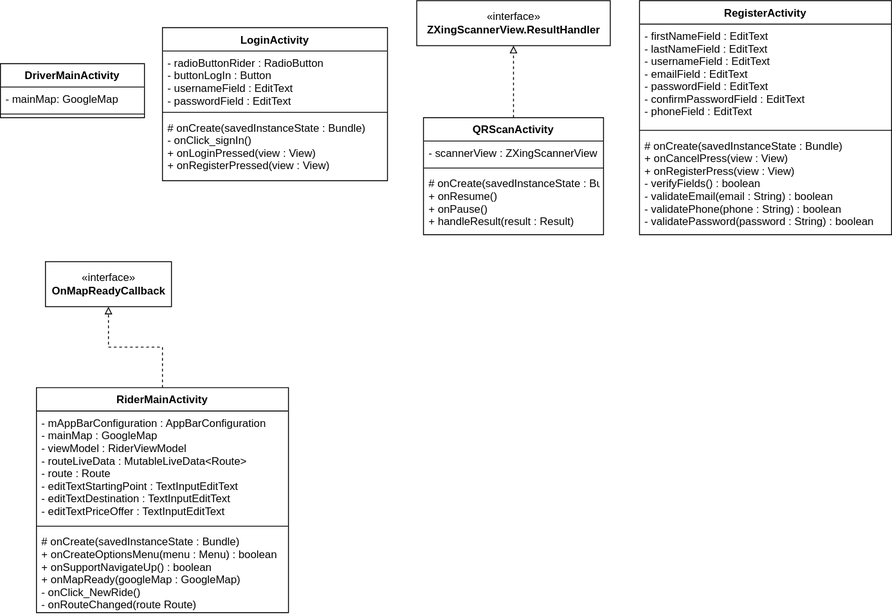
The draw.io diagram doc/UML/ActivityUML.svg in CMPUT301W20T10/UberApp, before a commit. Source tidied: cells renumbered, new cells last; positions are measured from the earlier drawing's top-left corner, leaving out a move shared by most shapes.
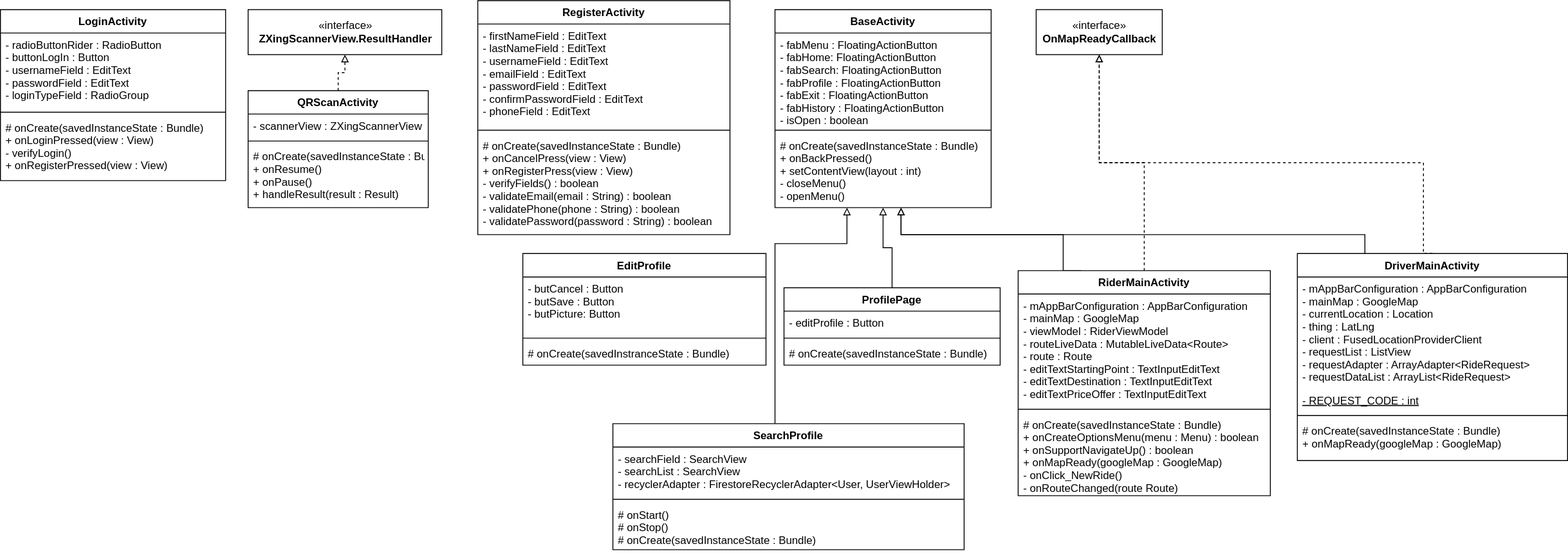
After the commit.

The edit, as a diff of the source:
```diff
@@ -2,32 +2,56 @@
   <root>
     <mxCell id="0" />
     <mxCell id="1" parent="0" />
+    <mxCell id="25" style="edgeStyle=orthogonalEdgeStyle;rounded=0;jettySize=auto;html=1;exitX=0.5;exitY=0;exitDx=0;exitDy=0;dashed=1;endArrow=block;endFill=0;" parent="1" edge="1" source="2" target="24">
+      <mxGeometry relative="1" as="geometry">
+        <Array as="points">
+          <mxPoint x="1560" y="281" />
+          <mxPoint x="1560" y="180" />
+          <mxPoint x="1200" y="180" />
+        </Array>
+      </mxGeometry>
+    </mxCell>
+    <mxCell id="26" style="edgeStyle=orthogonalEdgeStyle;rounded=0;jettySize=auto;html=1;exitX=0.25;exitY=0;exitDx=0;exitDy=0;endArrow=block;endFill=0;" parent="1" edge="1" source="2">
+      <mxGeometry relative="1" as="geometry">
+        <mxPoint x="980" y="230" as="targetPoint" />
+        <Array as="points">
+          <mxPoint x="1495" y="260" />
+          <mxPoint x="980" y="260" />
+        </Array>
+      </mxGeometry>
+    </mxCell>
     <mxCell id="2" value="DriverMainActivity" style="swimlane;fontStyle=1;align=center;verticalAlign=top;horizontal=1;startSize=26;" parent="1" vertex="1">
-      <mxGeometry y="70" width="160" height="60" as="geometry" />
+      <mxGeometry x="1420" y="281" width="300" height="230" as="geometry" />
     </mxCell>
-    <mxCell id="3" value="- mainMap: GoogleMap" style="text;strokeColor=none;fillColor=none;align=left;verticalAlign=top;spacingLeft=4;spacingRight=4;overflow=hidden;" parent="2" vertex="1">
-      <mxGeometry y="26" width="160" height="26" as="geometry" />
+    <mxCell id="3" value="- mAppBarConfiguration : AppBarConfiguration&#10;- mainMap : GoogleMap&#10;- currentLocation : Location&#10;- thing : LatLng&#10;- client : FusedLocationProviderClient&#10;- requestList : ListView&#10;- requestAdapter : ArrayAdapter&lt;RideRequest&gt;&#10;- requestDataList : ArrayList&lt;RideRequest&gt;&#10;&#10;" style="text;strokeColor=none;fillColor=none;align=left;verticalAlign=top;spacingLeft=4;spacingRight=4;overflow=hidden;fontStyle=0;" parent="2" vertex="1">
+      <mxGeometry y="26" width="300" height="124" as="geometry" />
     </mxCell>
+    <mxCell id="27" value="- REQUEST_CODE : int" style="text;strokeColor=none;fillColor=none;align=left;verticalAlign=top;spacingLeft=4;spacingRight=4;overflow=hidden;fontStyle=4;" parent="2" vertex="1">
+      <mxGeometry y="150" width="300" height="26" as="geometry" />
+    </mxCell>
     <mxCell id="4" style="line;strokeWidth=1;fillColor=none;align=left;verticalAlign=middle;spacingTop=-1;spacingLeft=3;spacingRight=3;labelPosition=right;" parent="2" vertex="1">
-      <mxGeometry y="52" width="160" height="8" as="geometry" />
+      <mxGeometry y="176" width="300" height="8" as="geometry" />
     </mxCell>
+    <mxCell id="28" value="# onCreate(savedInstanceState : Bundle)&#10;+ onMapReady(googleMap : GoogleMap)&#10;" style="text;strokeColor=none;fillColor=none;align=left;verticalAlign=top;spacingLeft=4;spacingRight=4;overflow=hidden;" parent="2" vertex="1">
+      <mxGeometry y="184" width="300" height="46" as="geometry" />
+    </mxCell>
     <mxCell id="5" value="LoginActivity" style="swimlane;fontStyle=1;align=center;verticalAlign=top;horizontal=1;startSize=26;" parent="1" vertex="1">
-      <mxGeometry x="180" y="30" width="250" height="170" as="geometry" />
+      <mxGeometry x="-20" y="10" width="250" height="190" as="geometry" />
     </mxCell>
-    <mxCell id="6" value="- radioButtonRider : RadioButton&#10;- buttonLogIn : Button&#10;- usernameField : EditText&#10;- passwordField : EditText&#10;&#10;&#10;&#10;" style="text;strokeColor=none;fillColor=none;align=left;verticalAlign=top;spacingLeft=4;spacingRight=4;overflow=hidden;" parent="5" vertex="1">
-      <mxGeometry y="26" width="250" height="64" as="geometry" />
+    <mxCell id="6" value="- radioButtonRider : RadioButton&#10;- buttonLogIn : Button&#10;- usernameField : EditText&#10;- passwordField : EditText&#10;- loginTypeField : RadioGroup&#10;&#10;&#10;&#10;&#10;" style="text;strokeColor=none;fillColor=none;align=left;verticalAlign=top;spacingLeft=4;spacingRight=4;overflow=hidden;" parent="5" vertex="1">
+      <mxGeometry y="26" width="250" height="84" as="geometry" />
     </mxCell>
     <mxCell id="7" style="line;strokeWidth=1;fillColor=none;align=left;verticalAlign=middle;spacingTop=-1;spacingLeft=3;spacingRight=3;labelPosition=right;" parent="5" vertex="1">
-      <mxGeometry y="90" width="250" height="8" as="geometry" />
+      <mxGeometry y="110" width="250" height="8" as="geometry" />
     </mxCell>
-    <mxCell id="8" value="# onCreate(savedInstanceState : Bundle)&#10;- onClick_signIn()&#10;+ onLoginPressed(view : View)&#10;+ onRegisterPressed(view : View)&#10;" style="text;strokeColor=none;fillColor=none;align=left;verticalAlign=top;spacingLeft=4;spacingRight=4;overflow=hidden;" parent="5" vertex="1">
-      <mxGeometry y="98" width="250" height="72" as="geometry" />
+    <mxCell id="8" value="# onCreate(savedInstanceState : Bundle)&#10;+ onLoginPressed(view : View)&#10;- verifyLogin()&#10;+ onRegisterPressed(view : View)&#10;" style="text;strokeColor=none;fillColor=none;align=left;verticalAlign=top;spacingLeft=4;spacingRight=4;overflow=hidden;" parent="5" vertex="1">
+      <mxGeometry y="118" width="250" height="72" as="geometry" />
     </mxCell>
     <mxCell id="9" style="edgeStyle=orthogonalEdgeStyle;rounded=0;jettySize=auto;html=1;entryX=0.5;entryY=1;entryDx=0;entryDy=0;dashed=1;endArrow=block;endFill=0;" parent="1" edge="1" source="10" target="14">
       <mxGeometry relative="1" as="geometry" />
     </mxCell>
     <mxCell id="10" value="QRScanActivity" style="swimlane;fontStyle=1;align=center;verticalAlign=top;horizontal=1;startSize=26;" parent="1" vertex="1">
-      <mxGeometry x="470" y="130" width="200" height="130" as="geometry" />
+      <mxGeometry x="255" y="100" width="200" height="130" as="geometry" />
     </mxCell>
     <mxCell id="11" value="- scannerView : ZXingScannerView" style="text;strokeColor=none;fillColor=none;align=left;verticalAlign=top;spacingLeft=4;spacingRight=4;overflow=hidden;" parent="10" vertex="1">
       <mxGeometry y="26" width="200" height="26" as="geometry" />
@@ -39,10 +63,10 @@
       <mxGeometry y="60" width="200" height="70" as="geometry" />
     </mxCell>
     <mxCell id="14" value="«interface»&lt;br&gt;&lt;b&gt;ZXingScannerView.ResultHandler&lt;/b&gt;" style="html=1;" parent="1" vertex="1">
-      <mxGeometry x="462.5" width="215" height="50" as="geometry" />
+      <mxGeometry x="255" y="10" width="215" height="50" as="geometry" />
     </mxCell>
     <mxCell id="15" value="RegisterActivity" style="swimlane;fontStyle=1;align=center;verticalAlign=top;horizontal=1;startSize=26;" parent="1" vertex="1">
-      <mxGeometry x="710" width="280" height="260" as="geometry" />
+      <mxGeometry x="510" width="280" height="260" as="geometry" />
     </mxCell>
     <mxCell id="16" value="- firstNameField : EditText&#10;- lastNameField : EditText&#10;- usernameField : EditText&#10;- emailField : EditText&#10;- passwordField : EditText&#10;- confirmPasswordField : EditText&#10;- phoneField : EditText" style="text;strokeColor=none;fillColor=none;align=left;verticalAlign=top;spacingLeft=4;spacingRight=4;overflow=hidden;" parent="15" vertex="1">
       <mxGeometry y="26" width="280" height="114" as="geometry" />
@@ -56,8 +80,16 @@
     <mxCell id="19" style="edgeStyle=orthogonalEdgeStyle;rounded=0;jettySize=auto;html=1;entryX=0.5;entryY=1;entryDx=0;entryDy=0;dashed=1;endArrow=block;endFill=0;" parent="1" edge="1" source="20" target="24">
       <mxGeometry relative="1" as="geometry" />
     </mxCell>
+    <mxCell id="29" style="edgeStyle=orthogonalEdgeStyle;rounded=0;jettySize=auto;html=1;exitX=0.25;exitY=0;exitDx=0;exitDy=0;entryX=0.583;entryY=1;entryDx=0;entryDy=0;entryPerimeter=0;endArrow=block;endFill=0;" parent="1" edge="1" source="20" target="33">
+      <mxGeometry relative="1" as="geometry">
+        <Array as="points">
+          <mxPoint x="1160" y="260" />
+          <mxPoint x="980" y="260" />
+        </Array>
+      </mxGeometry>
+    </mxCell>
     <mxCell id="20" value="RiderMainActivity" style="swimlane;fontStyle=1;align=center;verticalAlign=top;horizontal=1;startSize=26;" parent="1" vertex="1">
-      <mxGeometry x="40" y="430" width="280" height="250" as="geometry" />
+      <mxGeometry x="1110" y="300" width="280" height="250" as="geometry" />
     </mxCell>
     <mxCell id="21" value="- mAppBarConfiguration : AppBarConfiguration&#10;- mainMap : GoogleMap&#10;- viewModel : RiderViewModel&#10;- routeLiveData : MutableLiveData&lt;Route&gt;&#10;- route : Route&#10;- editTextStartingPoint : TextInputEditText&#10;- editTextDestination : TextInputEditText&#10;- editTextPriceOffer : TextInputEditText&#10;" style="text;strokeColor=none;fillColor=none;align=left;verticalAlign=top;spacingLeft=4;spacingRight=4;overflow=hidden;" parent="20" vertex="1">
       <mxGeometry y="26" width="280" height="124" as="geometry" />
@@ -69,7 +101,66 @@
       <mxGeometry y="158" width="280" height="92" as="geometry" />
     </mxCell>
     <mxCell id="24" value="«interface»&lt;br&gt;&lt;div&gt;&lt;b&gt;OnMapReadyCallback&lt;/b&gt;&lt;/div&gt;" style="html=1;" parent="1" vertex="1">
-      <mxGeometry x="50" y="290" width="140" height="50" as="geometry" />
+      <mxGeometry x="1130" y="10" width="140" height="50" as="geometry" />
     </mxCell>
+    <mxCell id="30" value="BaseActivity&#10;" style="swimlane;fontStyle=1;align=center;verticalAlign=top;horizontal=1;startSize=26;" parent="1" vertex="1">
+      <mxGeometry x="840" y="10" width="240" height="220" as="geometry" />
+    </mxCell>
+    <mxCell id="31" value="- fabMenu : FloatingActionButton&#10;- fabHome: FloatingActionButton&#10;- fabSearch: FloatingActionButton&#10;- fabProfile : FloatingActionButton&#10;- fabExit : FloatingActionButton&#10;- fabHistory : FloatingActionButton&#10;- isOpen : boolean&#10;" style="text;strokeColor=none;fillColor=none;align=left;verticalAlign=top;spacingLeft=4;spacingRight=4;overflow=hidden;" parent="30" vertex="1">
+      <mxGeometry y="26" width="240" height="104" as="geometry" />
+    </mxCell>
+    <mxCell id="32" style="line;strokeWidth=1;fillColor=none;align=left;verticalAlign=middle;spacingTop=-1;spacingLeft=3;spacingRight=3;labelPosition=right;" parent="30" vertex="1">
+      <mxGeometry y="130" width="240" height="8" as="geometry" />
+    </mxCell>
+    <mxCell id="33" value="# onCreate(savedInstanceState : Bundle)&#10;+ onBackPressed()&#10;+ setContentView(layout : int)&#10;- closeMenu()&#10;- openMenu()&#10;" style="text;strokeColor=none;fillColor=none;align=left;verticalAlign=top;spacingLeft=4;spacingRight=4;overflow=hidden;points=[[0,0.5],[1,0.5]];portConstraint=eastwest;" parent="30" vertex="1">
+      <mxGeometry y="138" width="240" height="82" as="geometry" />
+    </mxCell>
+    <mxCell id="34" value="EditProfile" style="swimlane;fontStyle=1;align=center;verticalAlign=top;horizontal=1;startSize=26;" parent="1" vertex="1">
+      <mxGeometry x="560" y="281" width="270" height="124" as="geometry" />
+    </mxCell>
+    <mxCell id="35" value="- butCancel : Button&#10;- butSave : Button&#10;- butPicture: Button&#10;" style="text;strokeColor=none;fillColor=none;align=left;verticalAlign=top;spacingLeft=4;spacingRight=4;overflow=hidden;" parent="34" vertex="1">
+      <mxGeometry y="26" width="270" height="64" as="geometry" />
+    </mxCell>
+    <mxCell id="36" style="line;strokeWidth=1;fillColor=none;align=left;verticalAlign=middle;spacingTop=-1;spacingLeft=3;spacingRight=3;labelPosition=right;" parent="34" vertex="1">
+      <mxGeometry y="90" width="270" height="8" as="geometry" />
+    </mxCell>
+    <mxCell id="37" value="# onCreate(savedInstranceState : Bundle)&#10;" style="text;strokeColor=none;fillColor=none;align=left;verticalAlign=top;spacingLeft=4;spacingRight=4;overflow=hidden;" parent="34" vertex="1">
+      <mxGeometry y="98" width="270" height="26" as="geometry" />
+    </mxCell>
+    <mxCell id="38" style="edgeStyle=orthogonalEdgeStyle;rounded=0;jettySize=auto;html=1;entryX=0.5;entryY=1;entryDx=0;entryDy=0;endArrow=block;endFill=0;" parent="1" edge="1" source="39" target="30">
+      <mxGeometry relative="1" as="geometry" />
+    </mxCell>
+    <mxCell id="39" value="ProfilePage" style="swimlane;fontStyle=1;align=center;verticalAlign=top;horizontal=1;startSize=26;" parent="1" vertex="1">
+      <mxGeometry x="850" y="319" width="240" height="86" as="geometry" />
+    </mxCell>
+    <mxCell id="40" value="- editProfile : Button" style="text;strokeColor=none;fillColor=none;align=left;verticalAlign=top;spacingLeft=4;spacingRight=4;overflow=hidden;" parent="39" vertex="1">
+      <mxGeometry y="26" width="240" height="26" as="geometry" />
+    </mxCell>
+    <mxCell id="41" style="line;strokeWidth=1;fillColor=none;align=left;verticalAlign=middle;spacingTop=-1;spacingLeft=3;spacingRight=3;labelPosition=right;" parent="39" vertex="1">
+      <mxGeometry y="52" width="240" height="8" as="geometry" />
+    </mxCell>
+    <mxCell id="42" value="# onCreate(savedInstanceState : Bundle)&#10;" style="text;strokeColor=none;fillColor=none;align=left;verticalAlign=top;spacingLeft=4;spacingRight=4;overflow=hidden;" parent="39" vertex="1">
+      <mxGeometry y="60" width="240" height="26" as="geometry" />
+    </mxCell>
+    <mxCell id="43" style="edgeStyle=orthogonalEdgeStyle;rounded=0;jettySize=auto;html=1;entryX=0.333;entryY=1;entryDx=0;entryDy=0;entryPerimeter=0;endArrow=block;endFill=0;" parent="1" edge="1" source="44" target="33">
+      <mxGeometry relative="1" as="geometry">
+        <Array as="points">
+          <mxPoint x="840" y="270" />
+          <mxPoint x="920" y="270" />
+        </Array>
+      </mxGeometry>
+    </mxCell>
+    <mxCell id="44" value="SearchProfile" style="swimlane;fontStyle=1;align=center;verticalAlign=top;horizontal=1;startSize=26;" parent="1" vertex="1">
+      <mxGeometry x="660" y="470" width="390" height="140" as="geometry" />
+    </mxCell>
+    <mxCell id="45" value="- searchField : SearchView&#10;- searchList : SearchView&#10;- recyclerAdapter : FirestoreRecyclerAdapter&lt;User, UserViewHolder&gt;&#10;" style="text;strokeColor=none;fillColor=none;align=left;verticalAlign=top;spacingLeft=4;spacingRight=4;overflow=hidden;" parent="44" vertex="1">
+      <mxGeometry y="26" width="390" height="54" as="geometry" />
+    </mxCell>
+    <mxCell id="46" style="line;strokeWidth=1;fillColor=none;align=left;verticalAlign=middle;spacingTop=-1;spacingLeft=3;spacingRight=3;labelPosition=right;" parent="44" vertex="1">
+      <mxGeometry y="80" width="390" height="8" as="geometry" />
+    </mxCell>
+    <mxCell id="47" value="# onStart()&#10;# onStop()&#10;# onCreate(savedInstanceState : Bundle)&#10;" style="text;strokeColor=none;fillColor=none;align=left;verticalAlign=top;spacingLeft=4;spacingRight=4;overflow=hidden;" parent="44" vertex="1">
+      <mxGeometry y="88" width="390" height="52" as="geometry" />
+    </mxCell>
   </root>
 </mxGraphModel>
```
